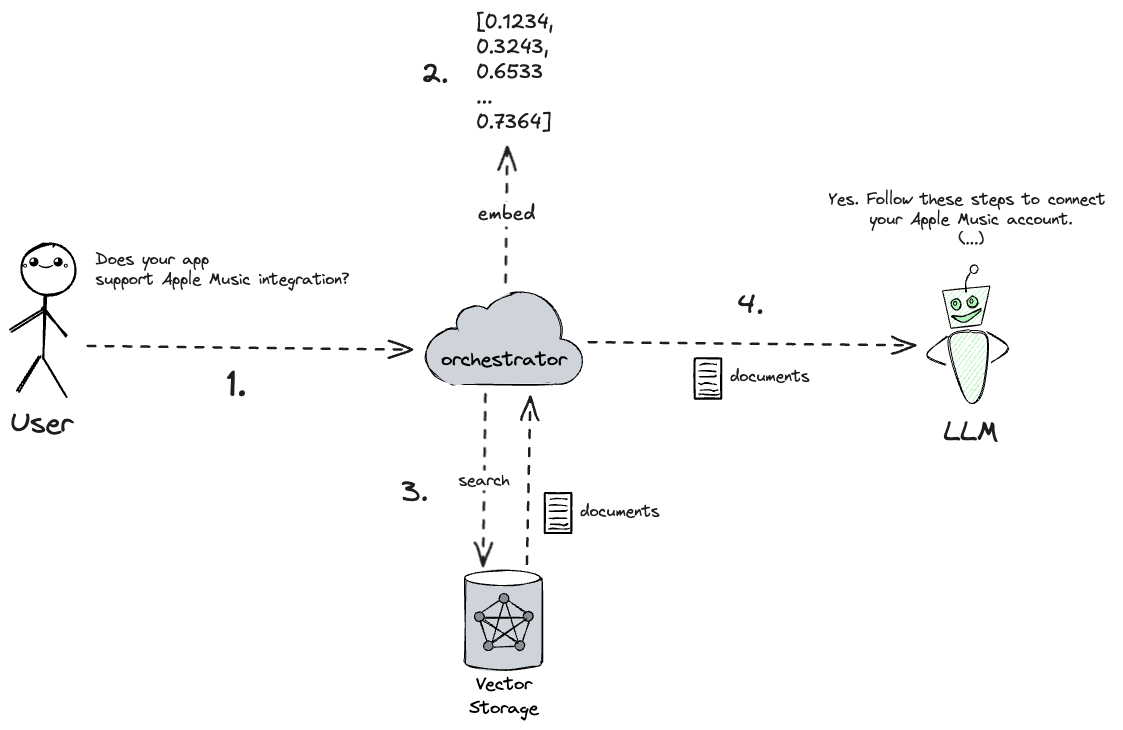
Earlier version of the Excalidraw export dotnetday-zurich-2025/graphics/rag-naive.excalidraw.png (filipw/filipw.github.io). Source tidied: one line per element, renumbered; positions are measured from the earlier drawing's top-left corner, leaving out a move shared by most shapes.
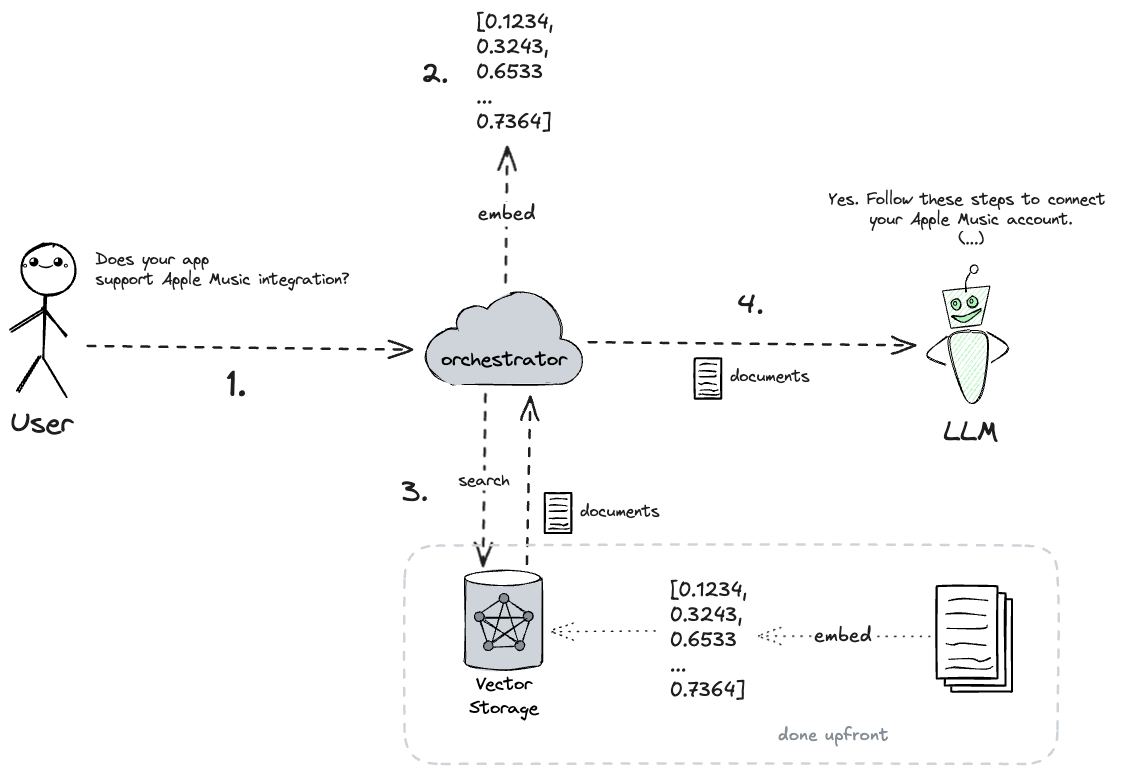
Above is the later version.

The edit, as a diff of the source:
```diff
@@ -76,4 +76,19 @@
 {"id": 75, "type": "line", "strokeColor": "#000000", "backgroundColor": "#fff", "fillStyle": "solid", "strokeWidth": 1, "roughness": 1, "round": true, "x": 689, "y": 373, "width": 18, "height": 1, "points": [[0, 0], [3, 1], [7, 0], [18, 1]]}
 {"id": 76, "type": "text", "text": "documents", "strokeColor": "#1e1e1e", "backgroundColor": "#b2f2bb", "fillStyle": "solid", "strokeWidth": 2, "strokeStyle": "dashed", "roughness": 1, "fontSize": 16, "fontFamily": 1, "textAlign": "center", "x": 720, "y": 357, "width": 79, "height": 20}
 {"id": 77, "type": "arrow", "strokeColor": "#1e1e1e", "backgroundColor": "#b2f2bb", "fillStyle": "solid", "strokeWidth": 2, "strokeStyle": "dashed", "roughness": 1, "endArrowhead": "arrow", "round": true, "from": 19, "to": 67, "x": 495, "y": 272, "width": 3, "height": 136, "points": [[0, 0], [3, -136]]}
-{"id": 78, "type": "text", "text": "embed", "strokeColor": "#1e1e1e", "strokeWidth": 2, "roughness": 1, "fontSize": 20, "fontFamily": 5, "textAlign": "center", "verticalAlign": "middle", "inside": 77, "x": 470, "y": 192, "width": 53, "height": 25}
+{"id": 78, "type": "text", "text": "embed", "strokeColor": "#1e1e1e", "strokeWidth": 2, "roughness": 1, "fontSize": 20, "fontFamily": 5, "textAlign": "center", "verticalAlign": "middle", "inside": 77, "x": 467, "y": 192, "width": 58, "height": 25}
+{"id": 79, "type": "rectangle", "strokeColor": "#000000", "backgroundColor": "#fff", "fillStyle": "solid", "strokeWidth": 2, "roughness": 1, "x": 941, "y": 589, "width": 61, "height": 92}
+{"id": 80, "type": "rectangle", "strokeColor": "#000000", "backgroundColor": "#fff", "fillStyle": "solid", "strokeWidth": 2, "roughness": 1, "x": 934, "y": 583, "width": 61, "height": 92}
+{"id": 81, "type": "rectangle", "strokeColor": "#000000", "backgroundColor": "#fff", "fillStyle": "solid", "strokeWidth": 2, "roughness": 1, "x": 926, "y": 576, "width": 61, "height": 92}
+{"id": 82, "type": "line", "strokeColor": "#000000", "backgroundColor": "#fff", "fillStyle": "solid", "strokeWidth": 1, "roughness": 1, "round": true, "x": 937, "y": 618, "width": 40, "height": 3, "points": [[0, 0], [35, 0], [40, -3]]}
+{"id": 83, "type": "line", "strokeColor": "#000000", "backgroundColor": "#fff", "fillStyle": "solid", "strokeWidth": 1, "roughness": 1, "round": true, "x": 938, "y": 591, "width": 39, "height": 2, "points": [[0, 0], [14, -2], [39, 0]]}
+{"id": 84, "type": "line", "strokeColor": "#000000", "backgroundColor": "#fff", "fillStyle": "solid", "strokeWidth": 1, "roughness": 1, "round": true, "x": 938, "y": 649, "width": 42, "height": 4, "points": [[0, 0], [23, 0], [32, 2], [42, -2]]}
+{"id": 85, "type": "line", "strokeColor": "#000000", "backgroundColor": "#fff", "fillStyle": "solid", "strokeWidth": 1, "roughness": 1, "round": true, "x": 936, "y": 659, "width": 47, "height": 3, "points": [[0, 0], [9, -1], [14, -1], [40, 1], [47, -2]]}
+{"id": 86, "type": "line", "strokeColor": "#000000", "backgroundColor": "#fff", "fillStyle": "solid", "strokeWidth": 1, "roughness": 1, "round": true, "x": 936, "y": 604, "width": 40, "height": 2, "points": [[0, 0], [16, -1], [40, 2]]}
+{"id": 87, "type": "line", "strokeColor": "#000000", "backgroundColor": "#fff", "fillStyle": "solid", "strokeWidth": 1, "roughness": 1, "round": true, "x": 936, "y": 634, "width": 40, "height": 2, "points": [[0, 0], [7, 1], [16, -1], [40, 2]]}
+{"id": 88, "type": "text", "text": "[0.1234,\n0.3243,\n0.6533\n...\n0.7364]", "strokeColor": "#1e1e1e", "strokeWidth": 2, "roughness": 1, "fontSize": 20, "fontFamily": 5, "x": 660, "y": 569, "width": 78, "height": 125}
+{"id": 89, "type": "arrow", "strokeColor": "#1e1e1e", "backgroundColor": "#b2f2bb", "fillStyle": "solid", "strokeWidth": 1, "strokeStyle": "dotted", "roughness": 1, "endArrowhead": "arrow", "round": true, "from": 81, "to": 88, "x": 918, "y": 626, "width": 171, "height": 0, "points": [[0, 0], [-171, 0]]}
+{"id": 90, "type": "text", "text": "embed", "strokeColor": "#1e1e1e", "strokeWidth": 1, "strokeStyle": "dotted", "roughness": 1, "fontSize": 20, "fontFamily": 5, "textAlign": "center", "verticalAlign": "middle", "inside": 89, "x": 822, "y": 614, "width": 58, "height": 25}
+{"id": 91, "type": "arrow", "strokeColor": "#1e1e1e", "backgroundColor": "#b2f2bb", "fillStyle": "solid", "strokeWidth": 1, "strokeStyle": "dotted", "roughness": 1, "endArrowhead": "arrow", "round": true, "from": 88, "x": 646, "y": 620, "width": 107, "height": 3, "points": [[0, 0], [-107, 3]]}
+{"id": 92, "type": "rectangle", "strokeColor": "#ced4da", "strokeWidth": 2, "strokeStyle": "dashed", "roughness": 1, "round": true, "x": 394, "y": 536, "width": 653, "height": 218}
+{"id": 93, "type": "text", "text": "done upfront", "strokeColor": "#868e96", "strokeWidth": 2, "strokeStyle": "dashed", "roughness": 1, "fontSize": 17.45, "fontFamily": 5, "x": 768, "y": 715, "width": 111, "height": 22}
```
